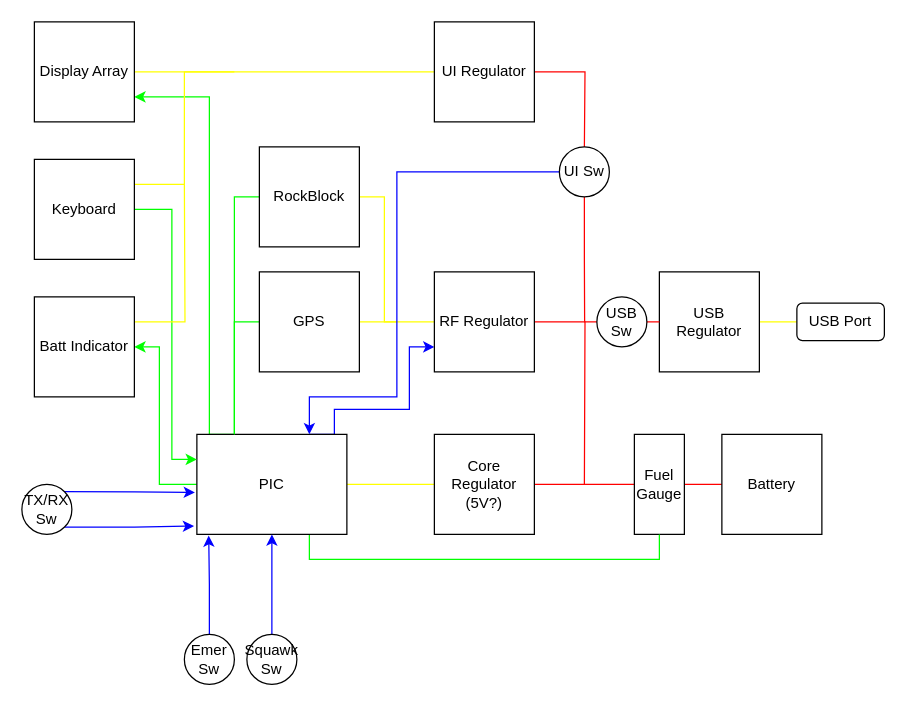
Before: System Block Diagram.drawio in carlosgj/Football, a draw.io diagram. Source tidied: cells renumbered, new cells numbered last; positions are measured from the earlier drawing's top-left corner, leaving out a move shared by most shapes. Both pictures are drawn from the tidied source at 125%, with x=0, y=0 at pixel (21, 21).
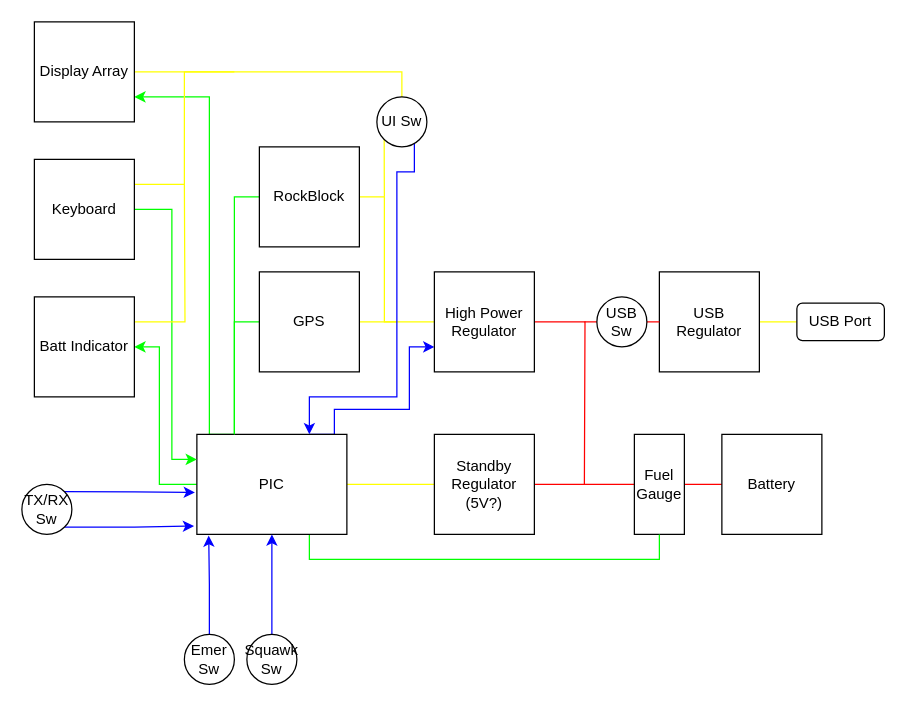
Above is the later version.

The change refers to these unchanged cells:
```xml
<mxCell id="13" value="PIC" style="whiteSpace=wrap;html=1;" parent="1" vertex="1">
  <mxGeometry x="140" y="330" width="120" height="80" as="geometry" />
</mxCell>
<mxCell id="31" value="Display Array" style="whiteSpace=wrap;html=1;" parent="1" vertex="1">
  <mxGeometry x="10" width="80" height="80" as="geometry" />
</mxCell>
```

What changed in the source:
```diff
@@
-    <mxCell id="7" value="Core Regulator (5V?)" style="whiteSpace=wrap;html=1;" parent="1" vertex="1">
+    <mxCell id="7" value="Standby Regulator (5V?)" style="whiteSpace=wrap;html=1;" parent="1" vertex="1">
       <mxGeometry x="330" y="330" width="80" height="80" as="geometry" />
     </mxCell>
@@
-    <mxCell id="16" value="RF Regulator" style="whiteSpace=wrap;html=1;" parent="1" vertex="1">
+    <mxCell id="16" value="High Power Regulator" style="whiteSpace=wrap;html=1;" parent="1" vertex="1">
       <mxGeometry x="330" y="200" width="80" height="80" as="geometry" />
     </mxCell>
@@
-    <mxCell id="21" style="edgeStyle=orthogonalEdgeStyle;rounded=0;jettySize=auto;html=1;exitX=1;exitY=0.5;exitDx=0;exitDy=0;endArrow=none;endFill=0;strokeColor=#FF0000;" parent="1" edge="1" source="23">
-      <mxGeometry relative="1" as="geometry">
-        <mxPoint x="450" y="100" as="targetPoint" />
-      </mxGeometry>
-    </mxCell>
-    <mxCell id="22" style="edgeStyle=orthogonalEdgeStyle;rounded=0;jettySize=auto;html=1;exitX=0;exitY=0.5;exitDx=0;exitDy=0;endArrow=none;endFill=0;strokeColor=#FFFF00;" parent="1" edge="1" source="23" target="31">
+    <mxCell id="22" style="edgeStyle=orthogonalEdgeStyle;rounded=0;jettySize=auto;html=1;endArrow=none;endFill=0;strokeColor=#FFFF00;exitX=0.5;exitY=0;exitDx=0;exitDy=0;" parent="1" edge="1" source="26" target="31">
       <mxGeometry relative="1" as="geometry" />
     </mxCell>
-    <mxCell id="23" value="UI Regulator" style="whiteSpace=wrap;html=1;" parent="1" vertex="1">
-      <mxGeometry x="330" width="80" height="80" as="geometry" />
-    </mxCell>
-    <mxCell id="24" style="edgeStyle=orthogonalEdgeStyle;rounded=0;jettySize=auto;html=1;exitX=0.5;exitY=1;exitDx=0;exitDy=0;endArrow=none;endFill=0;strokeColor=#FF0000;" parent="1" edge="1" source="26">
-      <mxGeometry relative="1" as="geometry">
-        <mxPoint x="450.2" y="240" as="targetPoint" />
-      </mxGeometry>
-    </mxCell>
-    <mxCell id="25" style="edgeStyle=orthogonalEdgeStyle;rounded=0;jettySize=auto;html=1;exitX=0;exitY=0.5;exitDx=0;exitDy=0;entryX=0.75;entryY=0;entryDx=0;entryDy=0;endArrow=classic;endFill=1;strokeColor=#0000FF;" parent="1" edge="1" source="26" target="13">
+    <mxCell id="25" style="edgeStyle=orthogonalEdgeStyle;rounded=0;jettySize=auto;html=1;exitX=1;exitY=1;exitDx=0;exitDy=0;entryX=0.75;entryY=0;entryDx=0;entryDy=0;endArrow=classic;endFill=1;strokeColor=#0000FF;" parent="1" edge="1" source="26" target="13">
       <mxGeometry relative="1" as="geometry">
         <Array as="points">
+          <mxPoint x="314" y="120" />
           <mxPoint x="300" y="120" />
           <mxPoint x="300" y="300" />
           <mxPoint x="230" y="300" />
         </Array>
       </mxGeometry>
     </mxCell>
+    <mxCell id="46" style="edgeStyle=orthogonalEdgeStyle;rounded=0;jettySize=auto;html=1;exitX=0;exitY=1;exitDx=0;exitDy=0;endArrow=none;endFill=0;strokeColor=#FFFF00;" parent="1" edge="1" source="26">
+      <mxGeometry relative="1" as="geometry">
+        <mxPoint x="290" y="140" as="targetPoint" />
+      </mxGeometry>
+    </mxCell>
     <mxCell id="26" value="UI Sw" style="ellipse;whiteSpace=wrap;html=1;" parent="1" vertex="1">
-      <mxGeometry x="430" y="100" width="40" height="40" as="geometry" />
+      <mxGeometry x="284" y="60" width="40" height="40" as="geometry" />
     </mxCell>
```
